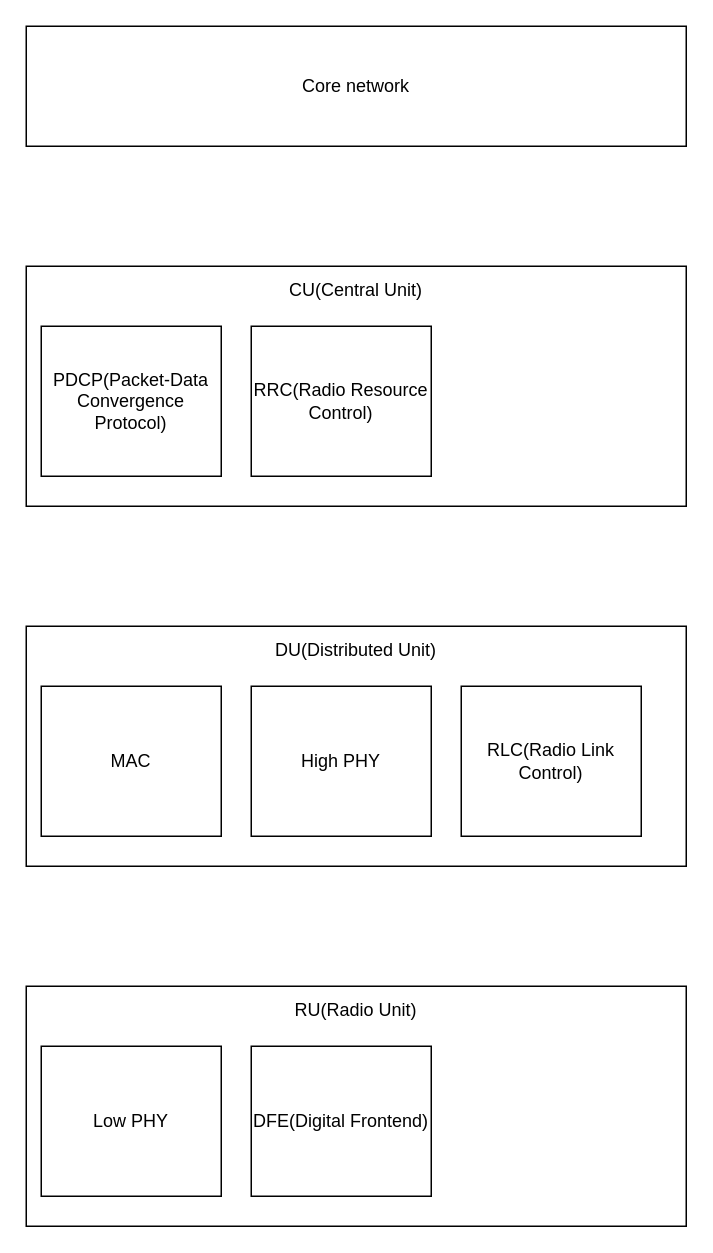
The draw.io diagram oran.drawio in Danny-Kwon/draw, before the edit. Source tidied: cells renumbered, new cells numbered last; positions are measured from the earlier drawing's top-left corner, leaving out a move shared by most shapes. Both pictures are drawn from the tidied source at 150%, with x=0, y=0 at pixel (26, 26).
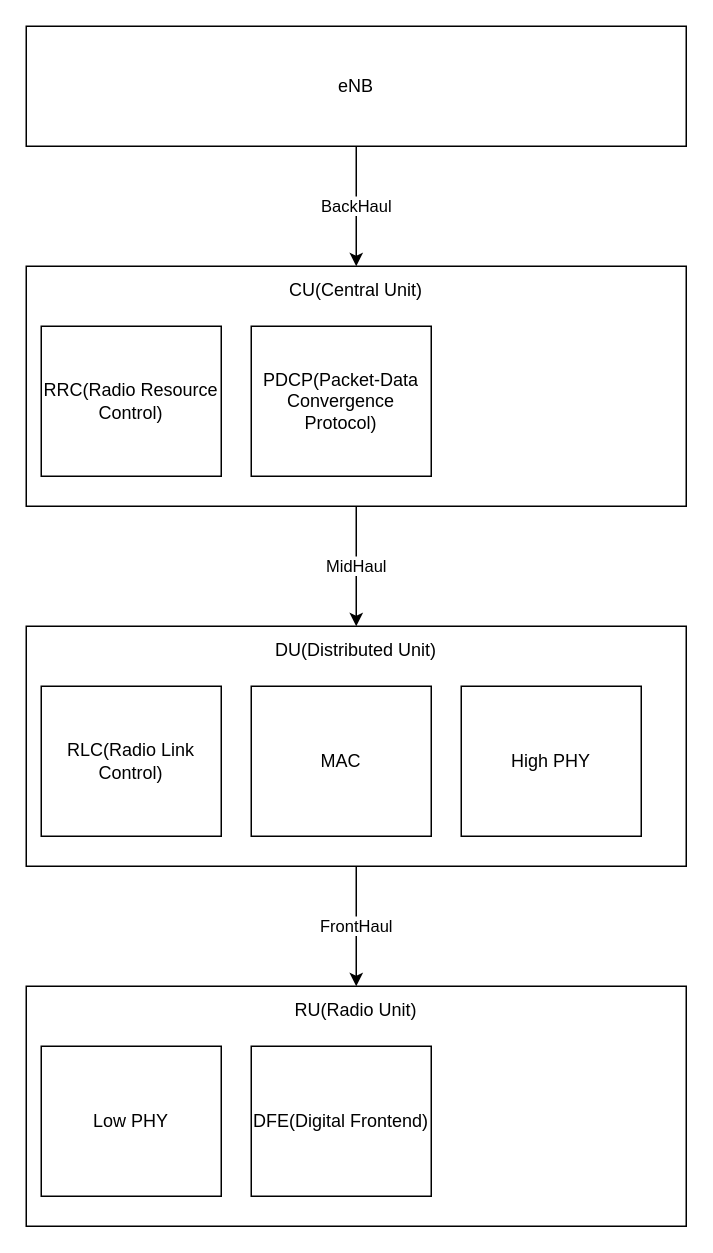
The same diagram, later.

The edit, as a diff of the source:
```diff
@@
 <mxGraphModel>
   <root>
     <mxCell id="0" />
     <mxCell id="1" parent="0" />
+    <mxCell id="13" value="BackHaul" style="edgeStyle=orthogonalEdgeStyle;rounded=0;jettySize=auto;html=1;" parent="1" edge="1" source="2" target="3">
+      <mxGeometry relative="1" as="geometry" />
+    </mxCell>
-    <mxCell id="2" value="Core network" style="whiteSpace=wrap;html=1;" parent="1" vertex="1">
+    <mxCell id="2" value="eNB" style="whiteSpace=wrap;html=1;" parent="1" vertex="1">
       <mxGeometry width="440" height="80" as="geometry" />
     </mxCell>
+    <mxCell id="14" value="MidHaul" style="edgeStyle=orthogonalEdgeStyle;rounded=0;jettySize=auto;html=1;" parent="1" edge="1" source="3" target="6">
+      <mxGeometry relative="1" as="geometry" />
+    </mxCell>
     <mxCell id="3" value="CU(Central Unit)&lt;div&gt;&lt;br&gt;&lt;/div&gt;&lt;div&gt;&lt;br&gt;&lt;/div&gt;&lt;div&gt;&lt;br&gt;&lt;/div&gt;&lt;div&gt;&lt;br&gt;&lt;/div&gt;&lt;div&gt;&lt;br&gt;&lt;/div&gt;&lt;div&gt;&lt;br&gt;&lt;/div&gt;&lt;div&gt;&lt;br&gt;&lt;/div&gt;&lt;div&gt;&lt;br&gt;&lt;/div&gt;&lt;div&gt;&lt;br&gt;&lt;/div&gt;" style="whiteSpace=wrap;html=1;" parent="1" vertex="1">
       <mxGeometry y="160" width="440" height="160" as="geometry" />
     </mxCell>
     <mxCell id="4" value="PDCP(Packet-Data Convergence Protocol)" style="whiteSpace=wrap;html=1;" parent="1" vertex="1">
-      <mxGeometry x="10" y="200" width="120" height="100" as="geometry" />
+      <mxGeometry x="150" y="200" width="120" height="100" as="geometry" />
     </mxCell>
     <mxCell id="5" value="RRC(Radio Resource Control)" style="whiteSpace=wrap;html=1;" parent="1" vertex="1">
-      <mxGeometry x="150" y="200" width="120" height="100" as="geometry" />
+      <mxGeometry x="10" y="200" width="120" height="100" as="geometry" />
     </mxCell>
+    <mxCell id="15" value="FrontHaul" style="edgeStyle=orthogonalEdgeStyle;rounded=0;jettySize=auto;html=1;" parent="1" edge="1" source="6" target="9">
+      <mxGeometry relative="1" as="geometry" />
+    </mxCell>
     <mxCell id="6" value="DU(Distributed Unit)&lt;div&gt;&lt;br&gt;&lt;/div&gt;&lt;div&gt;&lt;br&gt;&lt;/div&gt;&lt;div&gt;&lt;br&gt;&lt;/div&gt;&lt;div&gt;&lt;br&gt;&lt;/div&gt;&lt;div&gt;&lt;br&gt;&lt;/div&gt;&lt;div&gt;&lt;br&gt;&lt;/div&gt;&lt;div&gt;&lt;br&gt;&lt;/div&gt;&lt;div&gt;&lt;br&gt;&lt;/div&gt;&lt;div&gt;&lt;br&gt;&lt;/div&gt;" style="whiteSpace=wrap;html=1;" parent="1" vertex="1">
       <mxGeometry y="400" width="440" height="160" as="geometry" />
     </mxCell>
     <mxCell id="7" value="MAC" style="whiteSpace=wrap;html=1;" parent="1" vertex="1">
-      <mxGeometry x="10" y="440" width="120" height="100" as="geometry" />
+      <mxGeometry x="150" y="440" width="120" height="100" as="geometry" />
     </mxCell>
     <mxCell id="8" value="High PHY" style="whiteSpace=wrap;html=1;" parent="1" vertex="1">
-      <mxGeometry x="150" y="440" width="120" height="100" as="geometry" />
+      <mxGeometry x="290" y="440" width="120" height="100" as="geometry" />
     </mxCell>
     <mxCell id="9" value="RU(Radio Unit)&lt;div&gt;&lt;br&gt;&lt;/div&gt;&lt;div&gt;&lt;br&gt;&lt;/div&gt;&lt;div&gt;&lt;br&gt;&lt;/div&gt;&lt;div&gt;&lt;br&gt;&lt;/div&gt;&lt;div&gt;&lt;br&gt;&lt;/div&gt;&lt;div&gt;&lt;br&gt;&lt;/div&gt;&lt;div&gt;&lt;br&gt;&lt;/div&gt;&lt;div&gt;&lt;br&gt;&lt;/div&gt;&lt;div&gt;&lt;br&gt;&lt;/div&gt;" style="whiteSpace=wrap;html=1;" parent="1" vertex="1">
       <mxGeometry y="640" width="440" height="160" as="geometry" />
     </mxCell>
     <mxCell id="10" value="Low PHY" style="whiteSpace=wrap;html=1;" parent="1" vertex="1">
       <mxGeometry x="10" y="680" width="120" height="100" as="geometry" />
     </mxCell>
     <mxCell id="11" value="DFE(Digital Frontend)" style="whiteSpace=wrap;html=1;" parent="1" vertex="1">
       <mxGeometry x="150" y="680" width="120" height="100" as="geometry" />
     </mxCell>
     <mxCell id="12" value="RLC(Radio Link Control)" style="whiteSpace=wrap;html=1;" parent="1" vertex="1">
-      <mxGeometry x="290" y="440" width="120" height="100" as="geometry" />
+      <mxGeometry x="10" y="440" width="120" height="100" as="geometry" />
     </mxCell>
   </root>
 </mxGraphModel>
```
